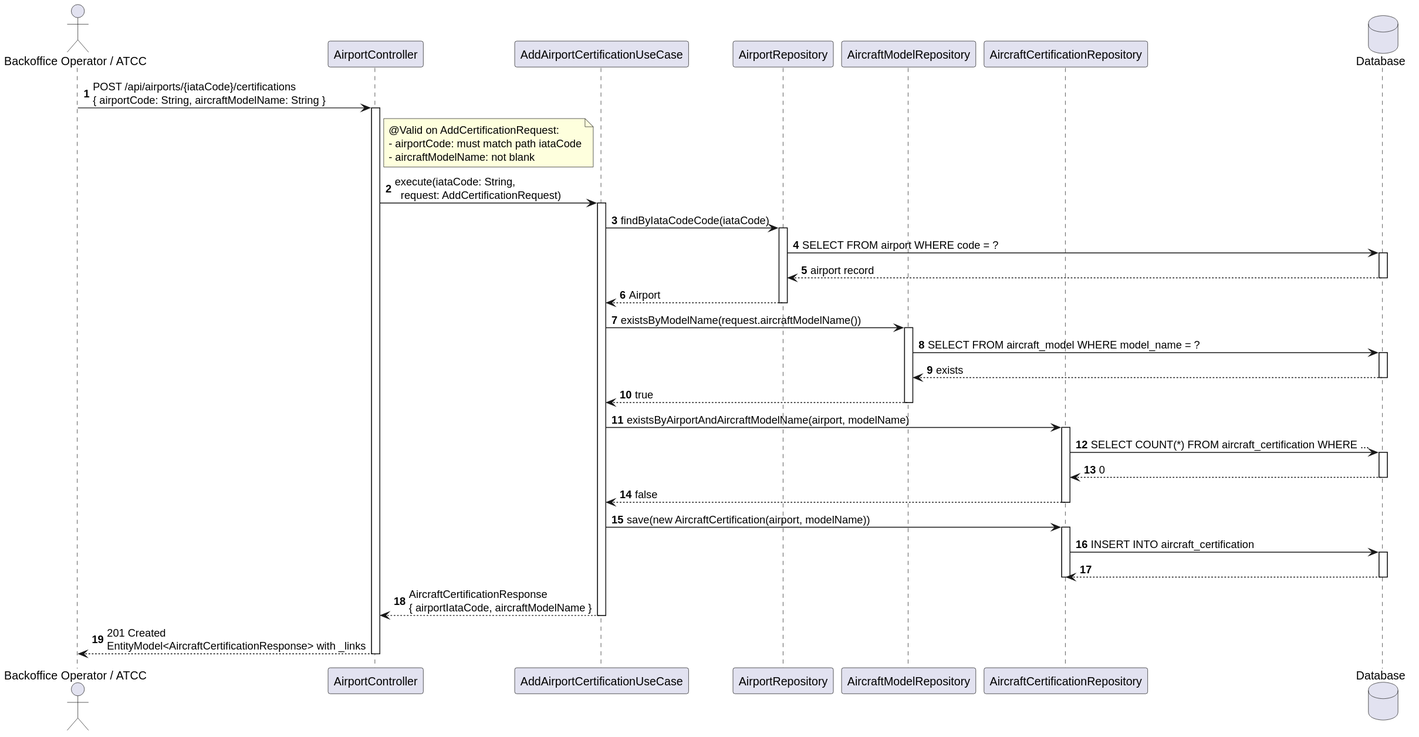
The PlantUML diagram docs/system-documentation/use-cases/WP2A/US106a/svg/sd_us106a.svg in VascoMagolo/psoft_1231562_1241692_1242036_2db, before a commit.
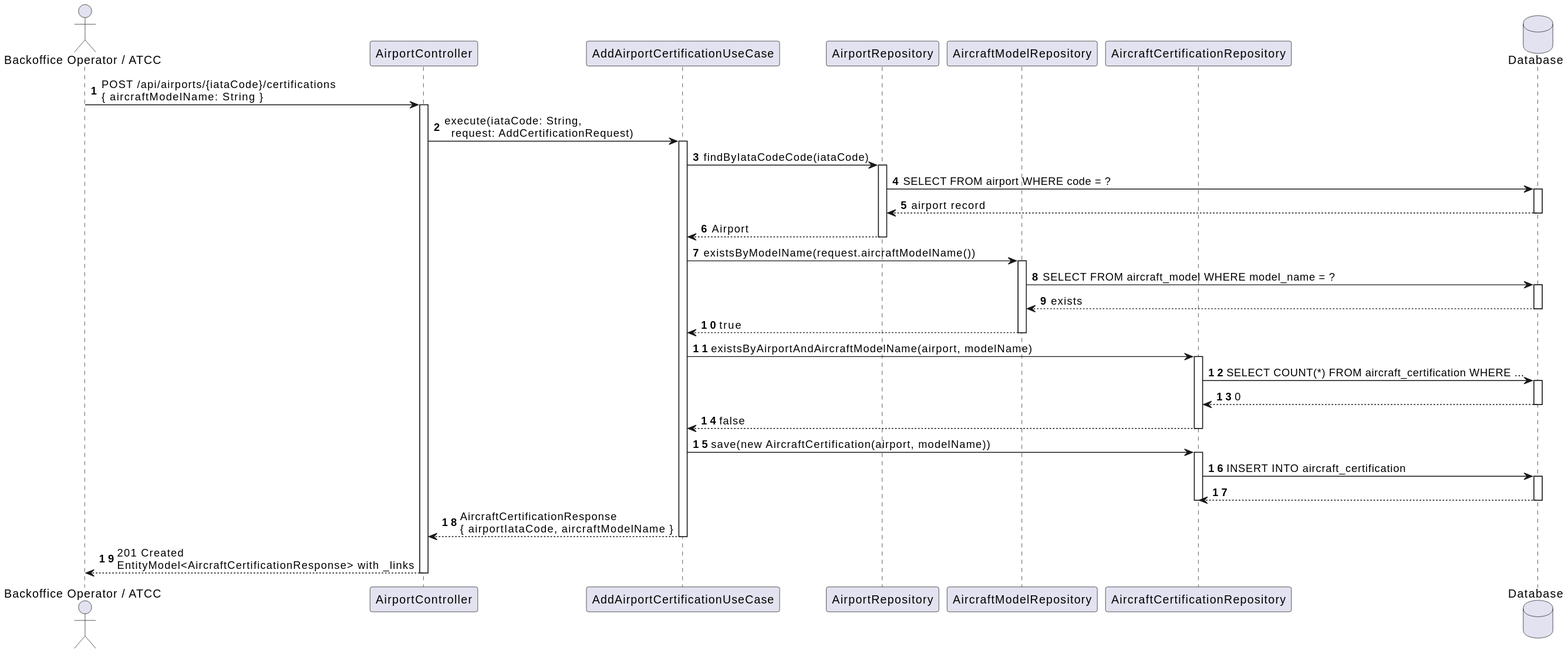
After the commit.

The edit, as a diff of the source:
```diff
@@ -8,14 +8,8 @@
 participant "AircraftCertificationRepository" as CertRepo
 database "Database" as DB
 
-Actor -> Ctrl : POST /api/airports/{iataCode}/certifications\n{ airportCode: String, aircraftModelName: String }
+Actor -> Ctrl : POST /api/airports/{iataCode}/certifications\n{ aircraftModelName: String }
 activate Ctrl
-
-note right of Ctrl
-  @Valid on AddCertificationRequest:
-  - airportCode: must match path iataCode
-  - aircraftModelName: not blank
-end note
 
 Ctrl -> UC : execute(iataCode: String,\n  request: AddCertificationRequest)
 activate UC
```
